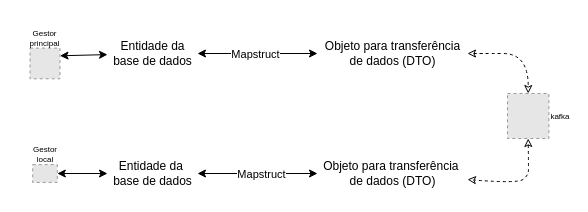
This is comunication.drawio from danielfct/master-thesis, a draw.io file, before an edit. Source tidied: cells renumbered, new cells numbered last; positions are measured from the earlier drawing's top-left corner, leaving out a move shared by most shapes. Both pictures are drawn from the tidied source at 100%, with x=0, y=0 at pixel (17, 28). Pictures stored in the file or linked from it are replaced by grey dashed boxes.
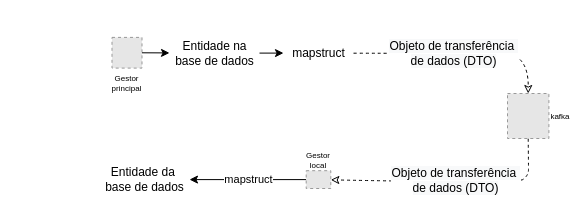
The same diagram, later.

The change refers to these unchanged cells:
```xml
<mxCell id="12" value="kafka" style="fillColor=#E6E6E6;strokeColor=#999999;dashed=1;verticalLabelPosition=middle;verticalAlign=middle;fontSize=8;labelPosition=right;align=left;" parent="1" vertex="1">
  <mxGeometry x="490" y="65" width="41.4" height="45" as="geometry" />
</mxCell>
<mxCell id="14" style="fillColor=#E6E6E6;strokeColor=#999999;dashed=1;verticalLabelPosition=top;labelBackgroundColor=#ffffff;verticalAlign=bottom;fontSize=8;labelPosition=center;align=center;" parent="13" vertex="1">
  <mxGeometry x="12.5" y="20" width="30" height="30.7" as="geometry" />
</mxCell>
<mxCell id="19" style="fillColor=#E6E6E6;strokeColor=#999999;dashed=1;verticalLabelPosition=bottom;labelBackgroundColor=#ffffff;verticalAlign=top;" parent="18" vertex="1">
  <mxGeometry x="7.7" y="20" width="24.6" height="17.8" as="geometry" />
</mxCell>
```

Change to the diagram source:
```diff
@@
-    <mxCell id="2" value="Entidade da &lt;br&gt;base de dados" style="text;html=1;align=center;verticalAlign=middle;points=[];" parent="1" vertex="1">
-      <mxGeometry x="90" y="10" width="90" height="30" as="geometry" />
+    <mxCell id="2" value="Entidade na &lt;br&gt;base de dados" style="text;html=1;align=center;verticalAlign=middle;points=[];" parent="1" vertex="1">
+      <mxGeometry x="152" y="9.6" width="90" height="30" as="geometry" />
     </mxCell>
-    <mxCell id="3" value="Objeto para transferência &lt;br&gt;de dados (DTO)" style="text;html=1;align=center;verticalAlign=middle;points=[];" parent="1" vertex="1">
-      <mxGeometry x="300" y="10" width="150" height="30" as="geometry" />
-    </mxCell>
-    <mxCell id="4" style="endArrow=classic;html=1;startArrow=classic;startFill=1;" parent="1" edge="1" source="2" target="3">
-      <mxGeometry relative="1" as="geometry" />
-    </mxCell>
-    <mxCell id="5" value="Mapstruct" style="edgeLabel;html=1;align=center;verticalAlign=middle;" parent="4" vertex="1">
-      <mxGeometry x="0.4" y="2" relative="1" as="geometry">
-        <mxPoint x="-27" y="2" as="offset" />
-      </mxGeometry>
-    </mxCell>
-    <mxCell id="6" style="curved=1;endArrow=classic;html=1;dashed=1;entryX=0.5;entryY=0;entryDx=0;entryDy=0;startArrow=classic;startFill=0;endFill=0;" parent="1" edge="1" source="3" target="12">
-      <mxGeometry relative="1" as="geometry">
+    <mxCell id="6" style="curved=1;endArrow=classic;html=1;dashed=1;entryX=0.5;entryY=0;entryDx=0;entryDy=0;startArrow=none;startFill=0;endFill=0;" parent="1" edge="1" source="24" target="12">
+      <mxGeometry x="-0.49" y="-30" relative="1" as="geometry">
         <Array as="points">
           <mxPoint x="460" y="25" />
           <mxPoint x="511" y="25" />
         </Array>
       </mxGeometry>
     </mxCell>
+    <mxCell id="21" value="&lt;span style=&quot;font-family: &amp;#34;helvetica&amp;#34; ; font-size: 12px ; background-color: rgb(248 , 249 , 250)&quot;&gt;Objeto de transferência&amp;nbsp;&lt;/span&gt;&lt;br style=&quot;font-family: &amp;#34;helvetica&amp;#34; ; font-size: 12px ; background-color: rgb(248 , 249 , 250)&quot;&gt;&lt;span style=&quot;font-family: &amp;#34;helvetica&amp;#34; ; font-size: 12px ; background-color: rgb(248 , 249 , 250)&quot;&gt;de dados (DTO)&lt;/span&gt;" style="edgeLabel;html=1;align=center;verticalAlign=middle;" parent="6" vertex="1">
+      <mxGeometry x="-0.23" y="-2" relative="1" as="geometry">
+        <mxPoint x="16.6" y="-2.2" as="offset" />
+      </mxGeometry>
+    </mxCell>
     <mxCell id="7" value="Entidade da&amp;nbsp;&lt;br&gt;base de dados" style="text;html=1;align=center;verticalAlign=middle;points=[];" parent="1" vertex="1">
-      <mxGeometry x="90" y="130" width="90" height="30" as="geometry" />
+      <mxGeometry x="82" y="136.1" width="90" height="30" as="geometry" />
     </mxCell>
-    <mxCell id="8" value="Objeto para transferência&amp;nbsp;&lt;br&gt;de dados (DTO)" style="text;html=1;align=center;verticalAlign=middle;points=[];" parent="1" vertex="1">
-      <mxGeometry x="300" y="130" width="150" height="30" as="geometry" />
-    </mxCell>
-    <mxCell id="9" style="endArrow=classic;html=1;startArrow=classic;startFill=1;" parent="1" edge="1" source="8" target="7">
-      <mxGeometry relative="1" as="geometry" />
-    </mxCell>
-    <mxCell id="10" value="Mapstruct" style="edgeLabel;html=1;align=center;verticalAlign=middle;" parent="9" vertex="1">
-      <mxGeometry x="0.4" y="2" relative="1" as="geometry">
-        <mxPoint x="27" y="-2" as="offset" />
-      </mxGeometry>
-    </mxCell>
-    <mxCell id="11" style="curved=1;endArrow=classic;html=1;dashed=1;exitX=0.5;exitY=1;exitDx=0;exitDy=0;startArrow=classic;startFill=0;endFill=0;" parent="1" edge="1" source="12" target="8">
+    <mxCell id="11" style="curved=1;endArrow=classic;html=1;dashed=1;exitX=0.5;exitY=1;exitDx=0;exitDy=0;startArrow=none;startFill=0;endFill=0;" parent="1" edge="1" source="12" target="19">
       <mxGeometry relative="1" as="geometry">
         <Array as="points">
           <mxPoint x="511" y="135" />
           <mxPoint x="511" y="147" />
           <mxPoint x="500" y="155" />
         </Array>
       </mxGeometry>
     </mxCell>
+    <mxCell id="22" value="&lt;span style=&quot;font-size: 12px ; background-color: rgb(248 , 249 , 250)&quot;&gt;Objeto de transferência&amp;nbsp;&lt;/span&gt;&lt;br style=&quot;font-size: 12px ; background-color: rgb(248 , 249 , 250)&quot;&gt;&lt;span style=&quot;font-size: 12px ; background-color: rgb(248 , 249 , 250)&quot;&gt;de dados (DTO)&lt;/span&gt;" style="edgeLabel;html=1;align=center;verticalAlign=middle;" parent="11" vertex="1">
+      <mxGeometry x="-0.36" y="-2" relative="1" as="geometry">
+        <mxPoint x="-37.3" y="-1.3" as="offset" />
+      </mxGeometry>
+    </mxCell>
@@
     <mxCell id="13" style="group;" parent="1" vertex="1">
-      <mxGeometry y="-0.4" width="55" height="50.7" as="geometry" />
+      <mxGeometry x="82" y="-11.1" width="55" height="50.7" as="geometry" />
     </mxCell>
@@
-    <mxCell id="15" value="Gestor principal" style="text;html=1;strokeColor=none;fillColor=none;align=center;verticalAlign=middle;whiteSpace=wrap;rounded=0;shadow=0;sketch=1;fontSize=8;" parent="13" vertex="1">
-      <mxGeometry width="55" height="20" as="geometry" />
-    </mxCell>
-    <mxCell id="16" style="endArrow=classic;startArrow=classic;html=1;exitX=1;exitY=0.25;exitDx=0;exitDy=0;" parent="1" edge="1" source="14" target="2">
+    <mxCell id="16" style="endArrow=none;startArrow=classic;html=1;endFill=0;" parent="1" edge="1" source="24" target="2">
       <mxGeometry relative="1" as="geometry" />
     </mxCell>
-    <mxCell id="17" style="endArrow=classic;startArrow=classic;html=1;" parent="1" edge="1" source="19" target="7">
+    <mxCell id="17" style="endArrow=classic;startArrow=none;html=1;startFill=0;" parent="1" edge="1" source="19" target="7">
       <mxGeometry relative="1" as="geometry" />
     </mxCell>
+    <mxCell id="23" value="mapstruct" style="edgeLabel;html=1;align=center;verticalAlign=middle;" parent="17" vertex="1">
+      <mxGeometry x="0.16" y="-2" relative="1" as="geometry">
+        <mxPoint x="10.1" y="1" as="offset" />
+      </mxGeometry>
+    </mxCell>
     <mxCell id="18" style="group;" parent="1" vertex="1">
-      <mxGeometry x="7.5" y="116.1" width="40" height="37.8" as="geometry" />
+      <mxGeometry x="281" y="122.2" width="40" height="37.8" as="geometry" />
     </mxCell>
@@
+    <mxCell id="24" value="mapstruct" style="text;html=1;align=center;verticalAlign=middle;points=[];" parent="1" vertex="1">
+      <mxGeometry x="266" y="14.6" width="70" height="20" as="geometry" />
+    </mxCell>
+    <mxCell id="25" style="endArrow=none;startArrow=classic;html=1;endFill=0;" parent="1" edge="1" source="2" target="14">
+      <mxGeometry relative="1" as="geometry" />
+    </mxCell>
+    <mxCell id="15" value="Gestor principal" style="text;html=1;strokeColor=none;fillColor=none;align=center;verticalAlign=middle;whiteSpace=wrap;rounded=0;shadow=0;sketch=1;fontSize=8;" parent="1" vertex="1">
+      <mxGeometry x="82" y="45" width="55" height="20" as="geometry" />
+    </mxCell>
```
